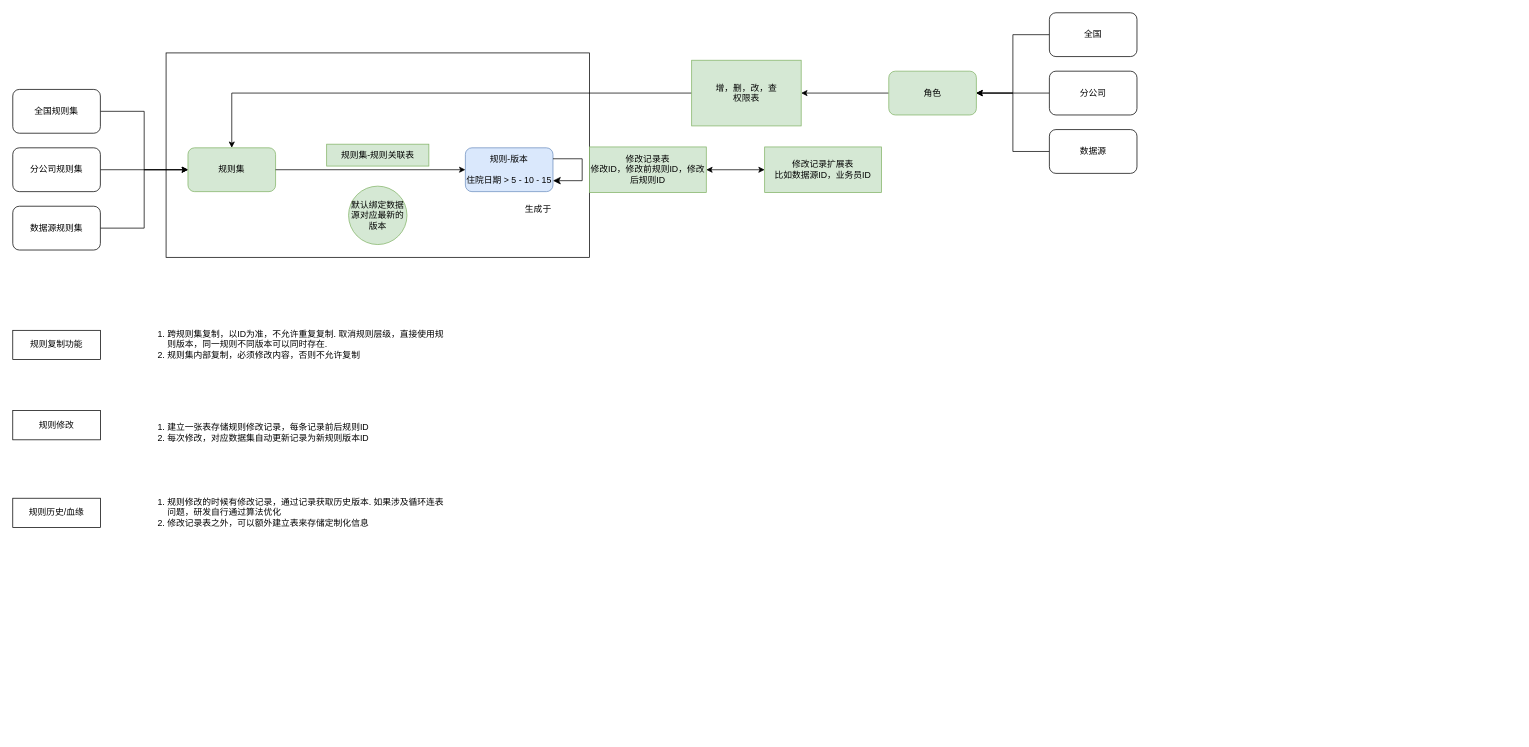
This is page "太保财2期重构核心数据结构" (3 of 6) of 社保架构设计图.drawio from XiaoLiuAI/diagrams, a draw.io file, before an edit. Source tidied: cells renumbered, new cells numbered last; positions are measured from the earlier drawing's top-left corner, leaving out a move shared by most shapes. Both pictures are drawn from the tidied source at 73%, with x=0, y=0 at pixel (12, 12).
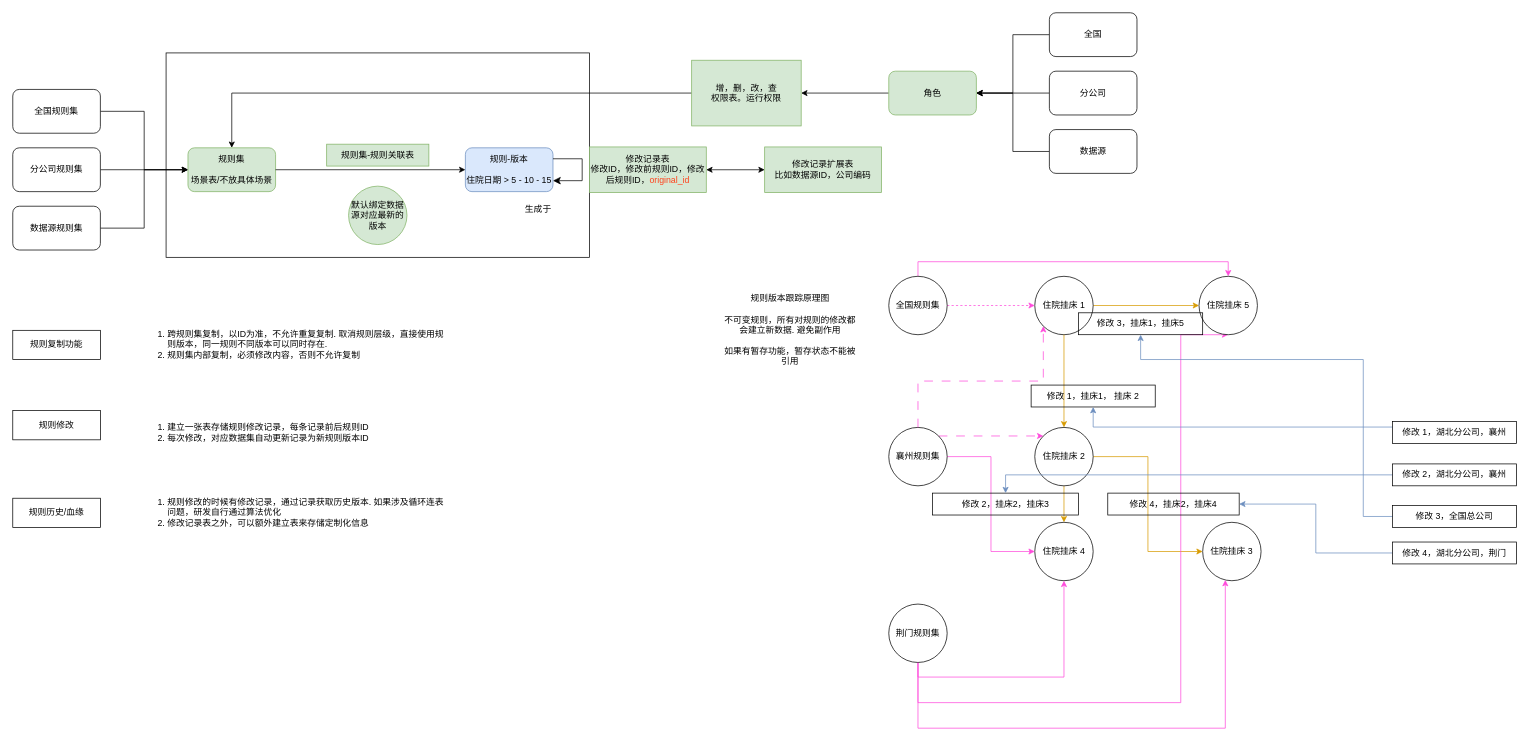
The same diagram, later.

Commit message:
更新社保架构设计图.drawio

Change to the diagram source:
```diff
@@
-    <mxCell id="4" value="规则集" style="rounded=1;whiteSpace=wrap;html=1;fillColor=#d5e8d4;strokeColor=#82b366;" parent="1" vertex="1">
+    <mxCell id="4" value="规则集&lt;br&gt;&lt;br&gt;场景表/不放具体场景" style="rounded=1;whiteSpace=wrap;html=1;fillColor=#d5e8d4;strokeColor=#82b366;" parent="1" vertex="1">
       <mxGeometry x="240" y="185" width="120" height="60" as="geometry" />
     </mxCell>
@@
-    <mxCell id="8" value="修改记录表&lt;br&gt;修改ID，修改前规则ID，修改后规则ID" style="text;html=1;strokeColor=#82b366;fillColor=#d5e8d4;align=center;verticalAlign=middle;whiteSpace=wrap;rounded=0;" parent="1" vertex="1">
+    <mxCell id="8" value="修改记录表&lt;br&gt;修改ID，修改前规则ID，修改后规则ID，&lt;font color=&quot;#ff421c&quot;&gt;original_id&lt;/font&gt;" style="text;html=1;strokeColor=#82b366;fillColor=#d5e8d4;align=center;verticalAlign=middle;whiteSpace=wrap;rounded=0;" parent="1" vertex="1">
       <mxGeometry x="790" y="183.8" width="160" height="62.5" as="geometry" />
     </mxCell>
@@
-    <mxCell id="20" value="增，删，改，查&lt;br&gt;权限表" style="rounded=0;whiteSpace=wrap;html=1;fillColor=#d5e8d4;strokeColor=#82b366;" parent="1" vertex="1">
+    <mxCell id="20" value="增，删，改，查&lt;br&gt;权限表。运行权限" style="rounded=0;whiteSpace=wrap;html=1;fillColor=#d5e8d4;strokeColor=#82b366;" parent="1" vertex="1">
       <mxGeometry x="930" y="65" width="150" height="90" as="geometry" />
     </mxCell>
@@
-    <mxCell id="33" value="修改记录扩展表&lt;br&gt;比如数据源ID，业务员ID" style="text;html=1;strokeColor=#82b366;fillColor=#d5e8d4;align=center;verticalAlign=middle;whiteSpace=wrap;rounded=0;" parent="1" vertex="1">
+    <mxCell id="33" value="修改记录扩展表&lt;br&gt;比如数据源ID，公司编码" style="text;html=1;strokeColor=#82b366;fillColor=#d5e8d4;align=center;verticalAlign=middle;whiteSpace=wrap;rounded=0;" parent="1" vertex="1">
       <mxGeometry x="1030" y="183.8" width="160" height="62.5" as="geometry" />
     </mxCell>
@@
+    <mxCell id="35" style="edgeStyle=orthogonalEdgeStyle;rounded=0;jettySize=auto;html=1;fillColor=#ffe6cc;strokeColor=#d79b00;entryX=0;entryY=0.5;entryDx=0;entryDy=0;" parent="1" edge="1" source="36" target="55">
+      <mxGeometry relative="1" as="geometry" />
+    </mxCell>
+    <mxCell id="36" value="住院挂床 1" style="ellipse;whiteSpace=wrap;html=1;" parent="1" vertex="1">
+      <mxGeometry x="1400" y="361" width="80" height="80" as="geometry" />
+    </mxCell>
+    <mxCell id="37" style="endArrow=classic;html=1;rounded=0;exitX=0.5;exitY=1;exitDx=0;exitDy=0;entryX=0.5;entryY=0;entryDx=0;entryDy=0;fillColor=#ffe6cc;strokeColor=#d79b00;" parent="1" edge="1" source="36" target="40">
+      <mxGeometry relative="1" as="geometry" />
+    </mxCell>
+    <mxCell id="38" style="edgeStyle=orthogonalEdgeStyle;rounded=0;jettySize=auto;html=1;exitX=0.5;exitY=1;exitDx=0;exitDy=0;entryX=0.5;entryY=0;entryDx=0;entryDy=0;fillColor=#ffe6cc;strokeColor=#d79b00;" parent="1" edge="1" source="40" target="48">
+      <mxGeometry relative="1" as="geometry" />
+    </mxCell>
+    <mxCell id="39" style="edgeStyle=orthogonalEdgeStyle;rounded=0;jettySize=auto;html=1;exitX=1;exitY=0.5;exitDx=0;exitDy=0;entryX=0;entryY=0.5;entryDx=0;entryDy=0;fillColor=#ffe6cc;strokeColor=#d79b00;" parent="1" edge="1" source="40" target="41">
+      <mxGeometry relative="1" as="geometry" />
+    </mxCell>
+    <mxCell id="40" value="住院挂床 2" style="ellipse;whiteSpace=wrap;html=1;" parent="1" vertex="1">
+      <mxGeometry x="1400" y="568" width="80" height="80" as="geometry" />
+    </mxCell>
+    <mxCell id="41" value="住院挂床 3" style="ellipse;whiteSpace=wrap;html=1;" parent="1" vertex="1">
+      <mxGeometry x="1630" y="698" width="80" height="80" as="geometry" />
+    </mxCell>
+    <mxCell id="42" style="edgeStyle=orthogonalEdgeStyle;rounded=0;jettySize=auto;html=1;exitX=1;exitY=0.5;exitDx=0;exitDy=0;entryX=0;entryY=0.5;entryDx=0;entryDy=0;dashed=1;strokeColor=#FF4ADB;" parent="1" edge="1" source="44" target="36">
+      <mxGeometry relative="1" as="geometry" />
+    </mxCell>
+    <mxCell id="43" style="edgeStyle=orthogonalEdgeStyle;rounded=0;jettySize=auto;html=1;exitX=0.5;exitY=0;exitDx=0;exitDy=0;entryX=0.5;entryY=0;entryDx=0;entryDy=0;strokeColor=#FF4ADB;" parent="1" edge="1" source="44" target="55">
+      <mxGeometry relative="1" as="geometry" />
+    </mxCell>
+    <mxCell id="44" value="全国规则集" style="ellipse;whiteSpace=wrap;html=1;" parent="1" vertex="1">
+      <mxGeometry x="1200" y="361" width="80" height="80" as="geometry" />
+    </mxCell>
+    <mxCell id="45" style="edgeStyle=orthogonalEdgeStyle;rounded=0;jettySize=auto;html=1;exitX=1;exitY=0.5;exitDx=0;exitDy=0;entryX=0;entryY=0.5;entryDx=0;entryDy=0;strokeColor=#ff4bdb;" parent="1" edge="1" source="47" target="48">
+      <mxGeometry relative="1" as="geometry" />
+    </mxCell>
+    <mxCell id="46" style="edgeStyle=orthogonalEdgeStyle;rounded=0;jettySize=auto;html=1;exitX=1;exitY=0;exitDx=0;exitDy=0;entryX=0;entryY=0;entryDx=0;entryDy=0;dashed=1;dashPattern=12 12;strokeColor=#FF4ADB;" parent="1" edge="1" source="47" target="40">
+      <mxGeometry relative="1" as="geometry" />
+    </mxCell>
+    <mxCell id="47" value="襄州规则集" style="ellipse;whiteSpace=wrap;html=1;" parent="1" vertex="1">
+      <mxGeometry x="1200" y="568" width="80" height="80" as="geometry" />
+    </mxCell>
+    <mxCell id="48" value="住院挂床 4" style="ellipse;whiteSpace=wrap;html=1;" parent="1" vertex="1">
+      <mxGeometry x="1400" y="698" width="80" height="80" as="geometry" />
+    </mxCell>
+    <mxCell id="49" style="edgeStyle=orthogonalEdgeStyle;rounded=0;jettySize=auto;html=1;exitX=0.5;exitY=1;exitDx=0;exitDy=0;strokeColor=#FF4ADB;" parent="1" edge="1" source="51" target="41">
+      <mxGeometry relative="1" as="geometry">
+        <Array as="points">
+          <mxPoint x="1240" y="980" />
+          <mxPoint x="1661" y="980" />
+        </Array>
+      </mxGeometry>
+    </mxCell>
+    <mxCell id="50" style="edgeStyle=orthogonalEdgeStyle;rounded=0;jettySize=auto;html=1;exitX=0.5;exitY=1;exitDx=0;exitDy=0;entryX=0.5;entryY=1;entryDx=0;entryDy=0;strokeColor=#FF4ADB;" parent="1" edge="1" source="51" target="48">
+      <mxGeometry relative="1" as="geometry" />
+    </mxCell>
+    <mxCell id="51" value="荆门规则集" style="ellipse;whiteSpace=wrap;html=1;" parent="1" vertex="1">
+      <mxGeometry x="1200" y="810" width="80" height="80" as="geometry" />
+    </mxCell>
+    <mxCell id="52" value="修改 1，挂床1， 挂床 2" style="text;html=1;strokeColor=default;fillColor=none;align=center;verticalAlign=middle;whiteSpace=wrap;rounded=0;" parent="1" vertex="1">
+      <mxGeometry x="1395" y="510" width="170" height="30" as="geometry" />
+    </mxCell>
+    <mxCell id="53" value="修改 2，挂床2，挂床3" style="text;html=1;strokeColor=default;fillColor=none;align=center;verticalAlign=middle;whiteSpace=wrap;rounded=0;" parent="1" vertex="1">
+      <mxGeometry x="1260" y="658" width="200" height="30" as="geometry" />
+    </mxCell>
+    <mxCell id="54" style="edgeStyle=orthogonalEdgeStyle;rounded=0;jettySize=auto;html=1;exitX=0.5;exitY=1;exitDx=0;exitDy=0;entryX=0.5;entryY=1;entryDx=0;entryDy=0;endArrow=none;endFill=0;strokeColor=#FF4ADB;startArrow=classic;startFill=1;" parent="1" edge="1" source="55" target="51">
+      <mxGeometry relative="1" as="geometry">
+        <Array as="points">
+          <mxPoint x="1600" y="945" />
+          <mxPoint x="1240" y="945" />
+        </Array>
+      </mxGeometry>
+    </mxCell>
+    <mxCell id="55" value="住院挂床 5" style="ellipse;whiteSpace=wrap;html=1;" parent="1" vertex="1">
+      <mxGeometry x="1625" y="361" width="80" height="80" as="geometry" />
+    </mxCell>
+    <mxCell id="56" style="edgeStyle=orthogonalEdgeStyle;rounded=0;jettySize=auto;html=1;exitX=0.5;exitY=0;exitDx=0;exitDy=0;entryX=0;entryY=1;entryDx=0;entryDy=0;dashed=1;dashPattern=12 12;strokeColor=#FF4ADB;" parent="1" edge="1" source="47" target="36">
+      <mxGeometry relative="1" as="geometry" />
+    </mxCell>
+    <mxCell id="57" value="修改 3，挂床1，挂床5" style="text;html=1;strokeColor=default;fillColor=none;align=center;verticalAlign=middle;whiteSpace=wrap;rounded=0;" parent="1" vertex="1">
+      <mxGeometry x="1460" y="411" width="170" height="30" as="geometry" />
+    </mxCell>
+    <mxCell id="58" value="修改 4，挂床2，挂床4" style="text;html=1;strokeColor=default;fillColor=none;align=center;verticalAlign=middle;whiteSpace=wrap;rounded=0;" parent="1" vertex="1">
+      <mxGeometry x="1500" y="658" width="180" height="30" as="geometry" />
+    </mxCell>
+    <mxCell id="59" style="edgeStyle=orthogonalEdgeStyle;rounded=0;jettySize=auto;html=1;exitX=0;exitY=0.25;exitDx=0;exitDy=0;fillColor=#dae8fc;strokeColor=#6c8ebf;" parent="1" edge="1" source="60" target="52">
+      <mxGeometry relative="1" as="geometry" />
+    </mxCell>
+    <mxCell id="60" value="修改 1，湖北分公司，襄州" style="text;html=1;strokeColor=default;fillColor=none;align=center;verticalAlign=middle;whiteSpace=wrap;rounded=0;" parent="1" vertex="1">
+      <mxGeometry x="1890" y="560" width="170" height="30" as="geometry" />
+    </mxCell>
+    <mxCell id="61" style="edgeStyle=orthogonalEdgeStyle;rounded=0;jettySize=auto;html=1;exitX=0;exitY=0.5;exitDx=0;exitDy=0;fillColor=#dae8fc;strokeColor=#6c8ebf;" parent="1" edge="1" source="62" target="53">
+      <mxGeometry relative="1" as="geometry" />
+    </mxCell>
+    <mxCell id="62" value="修改 2，湖北分公司，襄州" style="text;html=1;strokeColor=default;fillColor=none;align=center;verticalAlign=middle;whiteSpace=wrap;rounded=0;" parent="1" vertex="1">
+      <mxGeometry x="1890" y="618" width="170" height="30" as="geometry" />
+    </mxCell>
+    <mxCell id="63" value="规则版本跟踪原理图&lt;br&gt;&lt;br&gt;不可变规则，所有对规则的修改都会建立新数据. 避免副作用&lt;br&gt;&lt;br&gt;如果有暂存功能，暂存状态不能被引用" style="text;html=1;strokeColor=none;fillColor=none;align=center;verticalAlign=middle;whiteSpace=wrap;rounded=0;" parent="1" vertex="1">
+      <mxGeometry x="970" y="382.5" width="190" height="105" as="geometry" />
+    </mxCell>
+    <mxCell id="64" style="edgeStyle=orthogonalEdgeStyle;rounded=0;jettySize=auto;html=1;exitX=0;exitY=0.5;exitDx=0;exitDy=0;fillColor=#dae8fc;strokeColor=#6c8ebf;entryX=1;entryY=0.5;entryDx=0;entryDy=0;" parent="1" edge="1" source="65" target="58">
+      <mxGeometry relative="1" as="geometry" />
+    </mxCell>
+    <mxCell id="65" value="修改 4，湖北分公司，荆门" style="text;html=1;strokeColor=default;fillColor=none;align=center;verticalAlign=middle;whiteSpace=wrap;rounded=0;" parent="1" vertex="1">
+      <mxGeometry x="1890" y="725" width="170" height="30" as="geometry" />
+    </mxCell>
+    <mxCell id="66" style="edgeStyle=orthogonalEdgeStyle;rounded=0;jettySize=auto;html=1;exitX=0;exitY=0.5;exitDx=0;exitDy=0;entryX=0.5;entryY=1;entryDx=0;entryDy=0;fillColor=#dae8fc;strokeColor=#6c8ebf;" parent="1" edge="1" source="67" target="57">
+      <mxGeometry relative="1" as="geometry">
+        <Array as="points">
+          <mxPoint x="1850" y="690" />
+          <mxPoint x="1850" y="475" />
+          <mxPoint x="1545" y="475" />
+        </Array>
+      </mxGeometry>
+    </mxCell>
+    <mxCell id="67" value="修改 3，全国总公司" style="text;html=1;strokeColor=default;fillColor=none;align=center;verticalAlign=middle;whiteSpace=wrap;rounded=0;" parent="1" vertex="1">
+      <mxGeometry x="1890" y="675" width="170" height="30" as="geometry" />
+    </mxCell>
```
